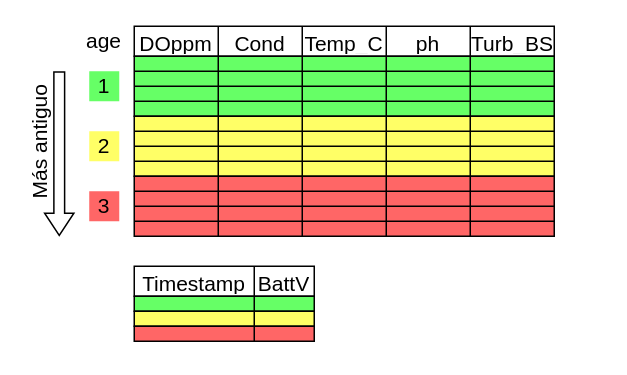
The draw.io diagram page "data age" (2 of 3) of docs/Diagramas/Estacion rio jachal.drawio in AgustinAllegui/Estacion-calidad-agua, before the edit. Source tidied: cells renumbered, new cells numbered last; positions are measured from the earlier drawing's top-left corner, leaving out a move shared by most shapes. Both pictures are drawn from the tidied source at 150%, with x=0, y=0 at pixel (58, 26).
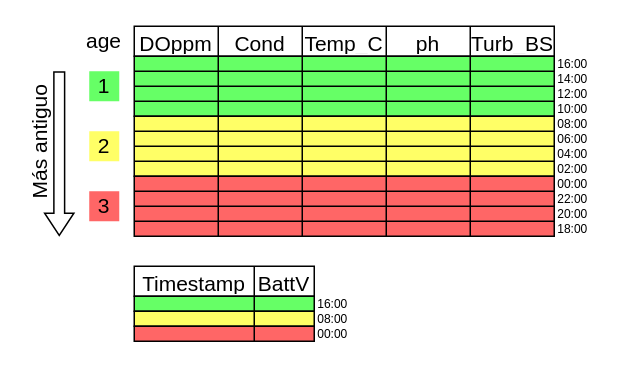
Above is the later version.

What changed in the source:
```diff
@@
+    <mxCell id="105" value="16:00" style="text;html=1;align=center;verticalAlign=middle;strokeColor=none;fillColor=none;fontSize=8;" parent="1" vertex="1">
+      <mxGeometry x="322" y="15" width="40" height="20" as="geometry" />
+    </mxCell>
+    <mxCell id="106" value="14:00" style="text;html=1;align=center;verticalAlign=middle;strokeColor=none;fillColor=none;fontSize=8;" parent="1" vertex="1">
+      <mxGeometry x="322" y="25" width="40" height="20" as="geometry" />
+    </mxCell>
+    <mxCell id="107" value="12:00" style="text;html=1;align=center;verticalAlign=middle;strokeColor=none;fillColor=none;fontSize=8;" parent="1" vertex="1">
+      <mxGeometry x="322" y="35" width="40" height="20" as="geometry" />
+    </mxCell>
+    <mxCell id="108" value="10:00" style="text;html=1;align=center;verticalAlign=middle;strokeColor=none;fillColor=none;fontSize=8;" parent="1" vertex="1">
+      <mxGeometry x="322" y="45" width="40" height="20" as="geometry" />
+    </mxCell>
+    <mxCell id="109" value="08:00" style="text;html=1;align=center;verticalAlign=middle;strokeColor=none;fillColor=none;fontSize=8;" parent="1" vertex="1">
+      <mxGeometry x="322" y="55" width="40" height="20" as="geometry" />
+    </mxCell>
+    <mxCell id="110" value="06:00" style="text;html=1;align=center;verticalAlign=middle;strokeColor=none;fillColor=none;fontSize=8;" parent="1" vertex="1">
+      <mxGeometry x="322" y="65" width="40" height="20" as="geometry" />
+    </mxCell>
+    <mxCell id="111" value="04:00" style="text;html=1;align=center;verticalAlign=middle;strokeColor=none;fillColor=none;fontSize=8;" parent="1" vertex="1">
+      <mxGeometry x="322" y="75" width="40" height="20" as="geometry" />
+    </mxCell>
+    <mxCell id="112" value="02:00" style="text;html=1;align=center;verticalAlign=middle;strokeColor=none;fillColor=none;fontSize=8;" parent="1" vertex="1">
+      <mxGeometry x="322" y="85" width="40" height="20" as="geometry" />
+    </mxCell>
+    <mxCell id="113" value="00:00" style="text;html=1;align=center;verticalAlign=middle;strokeColor=none;fillColor=none;fontSize=8;" parent="1" vertex="1">
+      <mxGeometry x="322" y="95" width="40" height="20" as="geometry" />
+    </mxCell>
+    <mxCell id="114" value="22:00" style="text;html=1;align=center;verticalAlign=middle;strokeColor=none;fillColor=none;fontSize=8;" parent="1" vertex="1">
+      <mxGeometry x="322" y="105" width="40" height="20" as="geometry" />
+    </mxCell>
+    <mxCell id="115" value="20:00" style="text;html=1;align=center;verticalAlign=middle;strokeColor=none;fillColor=none;fontSize=8;" parent="1" vertex="1">
+      <mxGeometry x="322" y="115" width="40" height="20" as="geometry" />
+    </mxCell>
+    <mxCell id="116" value="18:00" style="text;html=1;align=center;verticalAlign=middle;strokeColor=none;fillColor=none;fontSize=8;" parent="1" vertex="1">
+      <mxGeometry x="322" y="125" width="40" height="20" as="geometry" />
+    </mxCell>
+    <mxCell id="117" value="16:00" style="text;html=1;align=center;verticalAlign=middle;strokeColor=none;fillColor=none;fontSize=8;" parent="1" vertex="1">
+      <mxGeometry x="162" y="175" width="40" height="20" as="geometry" />
+    </mxCell>
+    <mxCell id="118" value="08:00" style="text;html=1;align=center;verticalAlign=middle;strokeColor=none;fillColor=none;fontSize=8;" parent="1" vertex="1">
+      <mxGeometry x="162" y="185" width="40" height="20" as="geometry" />
+    </mxCell>
+    <mxCell id="119" value="00:00" style="text;html=1;align=center;verticalAlign=middle;strokeColor=none;fillColor=none;fontSize=8;" parent="1" vertex="1">
+      <mxGeometry x="162" y="195" width="40" height="20" as="geometry" />
+    </mxCell>
```
